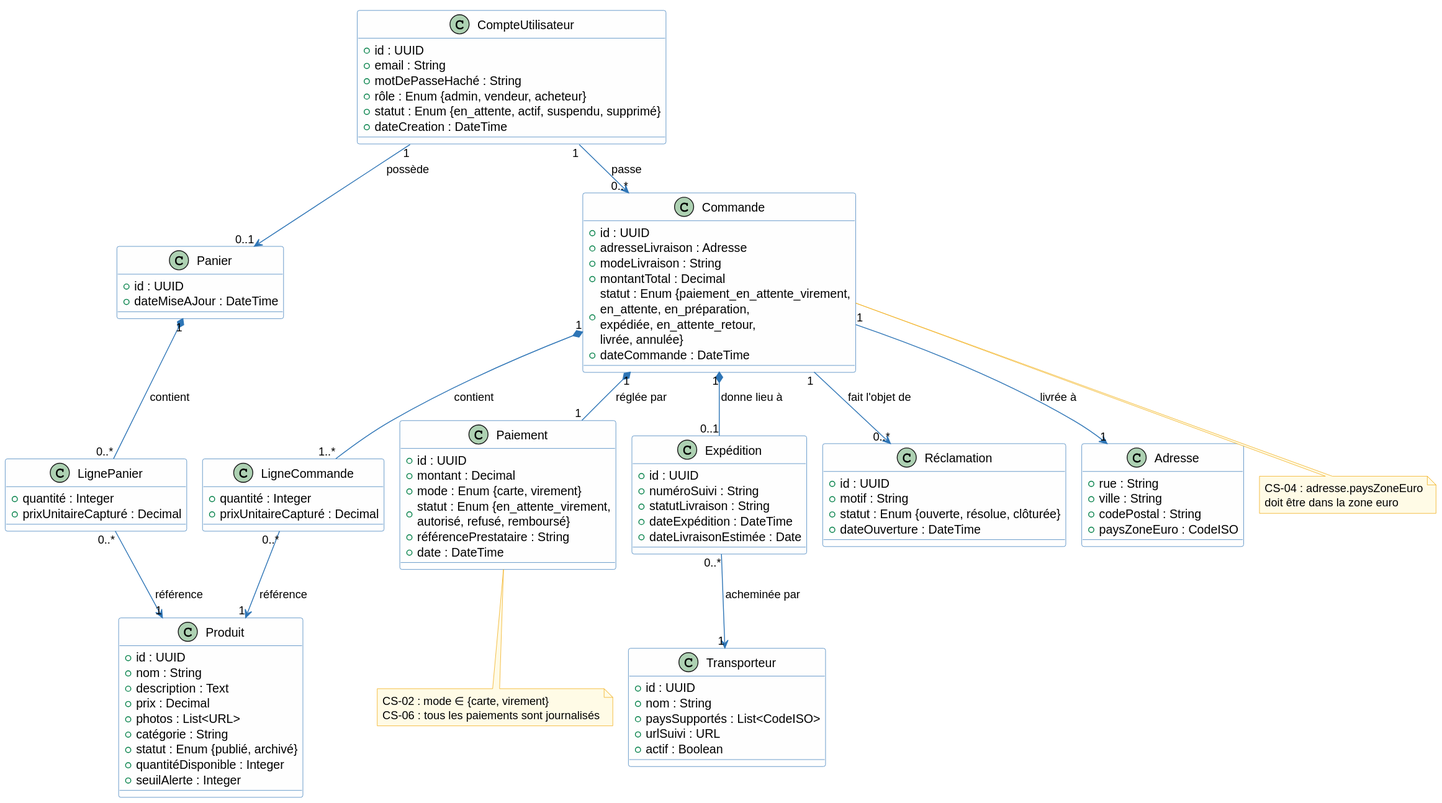
louistalvande/online_shop keeps this PlantUML diagram as architecture/02-system-analysis/diagrams/sa-classes.svg. Above is the earlier version.
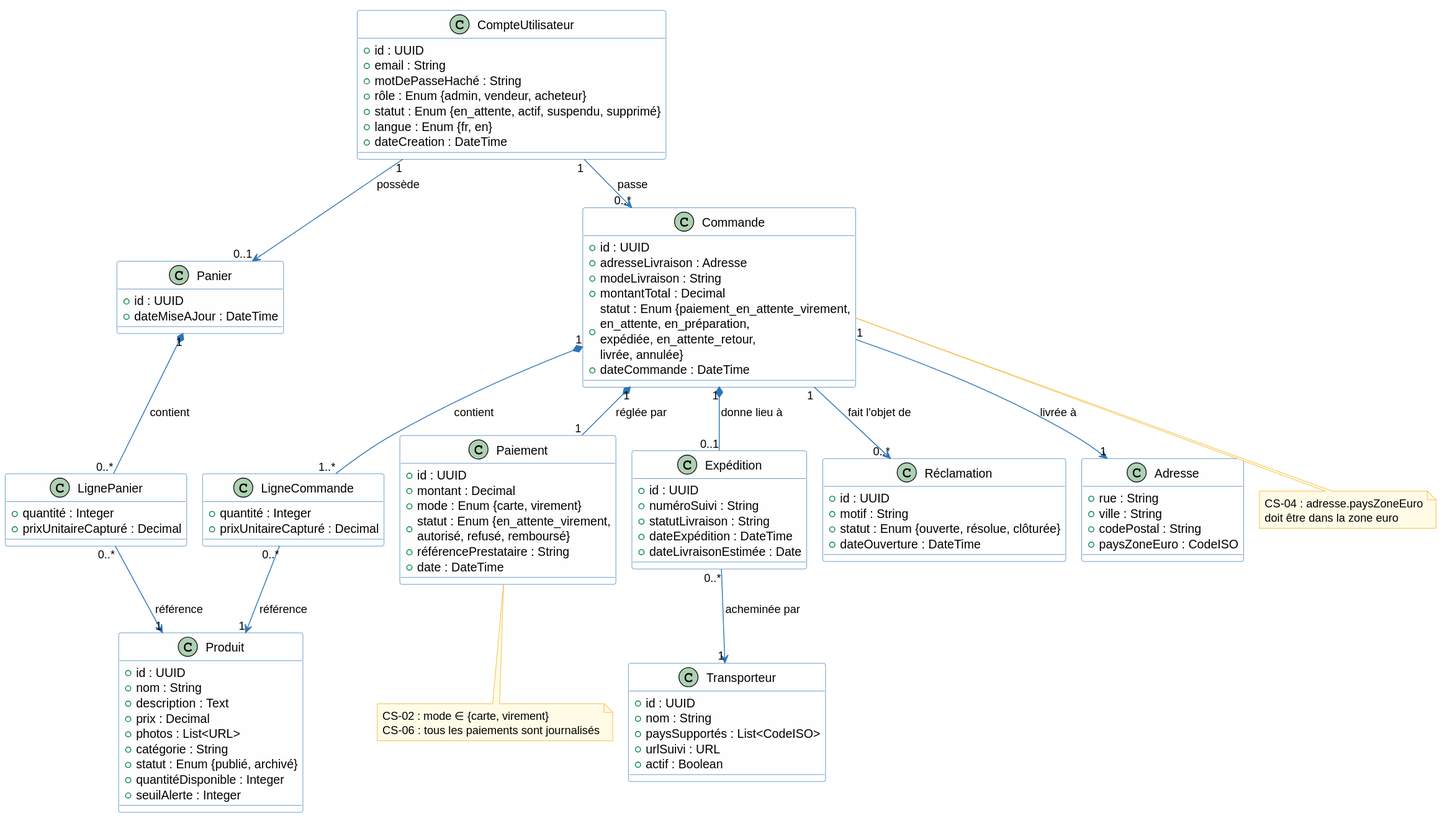
The same diagram one commit later.

The edit, as a diff of the source:
```diff
@@ -11,6 +11,7 @@
   + motDePasseHaché : String
   + rôle : Enum {admin, vendeur, acheteur}
   + statut : Enum {en_attente, actif, suspendu, supprimé}
+  + langue : Enum {fr, en}
   + dateCreation : DateTime
 }
 
```
